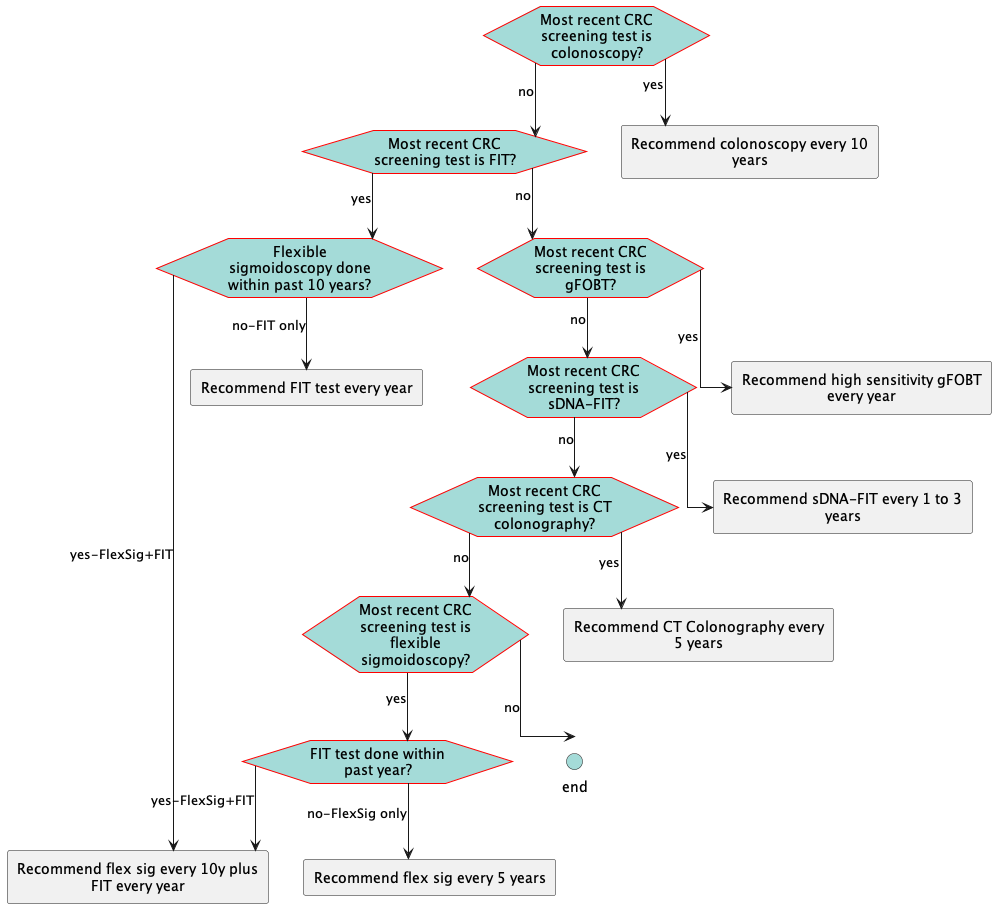
The PlantUML diagram images/flow-USPSTFDetermineDate.png in ccsm-cds-tools/CDC-Colorectal-Cancer-Screening-CDS-L2, before a commit.
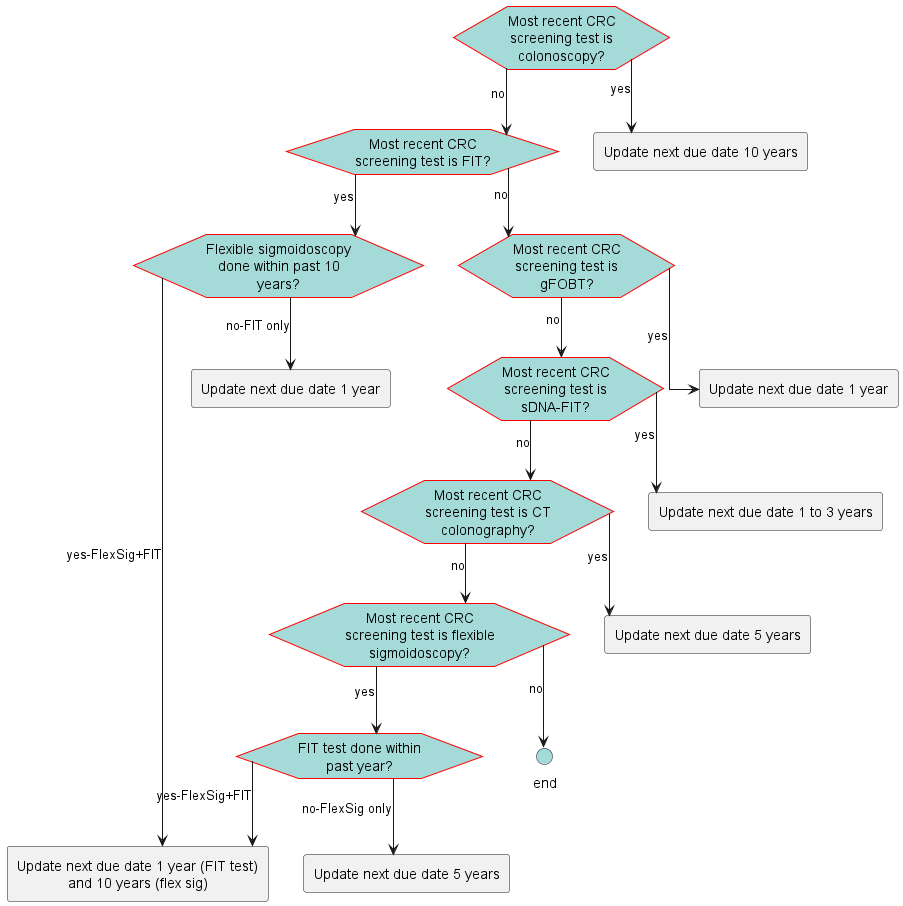
Above is the later version.

Diff of the diagram source:
```diff
@@ -25,13 +25,13 @@
 hexagon "Most recent CRC screening test is CT colonography?" as eve_lastTestCTcolonography [[#eve-lastTestCTcolonography]]
 hexagon "Most recent CRC screening test is flexible sigmoidoscopy?" as eve_lastTestFlexSig [[#eve-lastTestFlexSig]]
 hexagon "FIT test done within past year?" as eve_FITwithinPastYear [[#eve-FITwithinPastYear]]
-rectangle "Recommend colonoscopy every 10 years" as act_ColonoscopyEvery10 [[#act-ColonoscopyEvery10]]
-rectangle "Recommend flex sig every 10y plus FIT every year" as act_FlexSigFIT [[#act-FlexSigFIT]]
-rectangle "Recommend FIT test every year" as act_FitEveryYear [[#act-FitEveryYear]]
-rectangle "Recommend high sensitivity gFOBT every year" as act_gFOBTEveryYear [[#act-gFOBTEveryYear]]
-rectangle "Recommend sDNA-FIT every 1 to 3 years" as act_sDNAFITEvery1to3 [[#act-sDNAFITEvery1to3]]
-rectangle "Recommend CT Colonography every 5 years" as act_CTColonographyEvery5 [[#act-CTColonographyEvery5]]
-rectangle "Recommend flex sig every 5 years" as act_FlexSigEvery5 [[#act-FlexSigEvery5]]
+rectangle "Update next due date 10 years" as act_ColonoscopyEvery10 [[#act-ColonoscopyEvery10]]
+rectangle "Update next due date 1 year (FIT test) and 10 years (flex sig)" as act_FlexSigFIT [[#act-FlexSigFIT]]
+rectangle "Update next due date 1 year" as act_FitEveryYear [[#act-FitEveryYear]]
+rectangle "Update next due date 1 year" as act_gFOBTEveryYear [[#act-gFOBTEveryYear]]
+rectangle "Update next due date 1 to 3 years" as act_sDNAFITEvery1to3 [[#act-sDNAFITEvery1to3]]
+rectangle "Update next due date 5 years" as act_CTColonographyEvery5 [[#act-CTColonographyEvery5]]
+rectangle "Update next due date 5 years" as act_FlexSigEvery5 [[#act-FlexSigEvery5]]
 circle "end" as end_1 <<end>>
 eve_lastTestColonoscopy-->act_ColonoscopyEvery10: yes
 eve_lastTestColonoscopy-->eve_lastTestFIT : no
```
